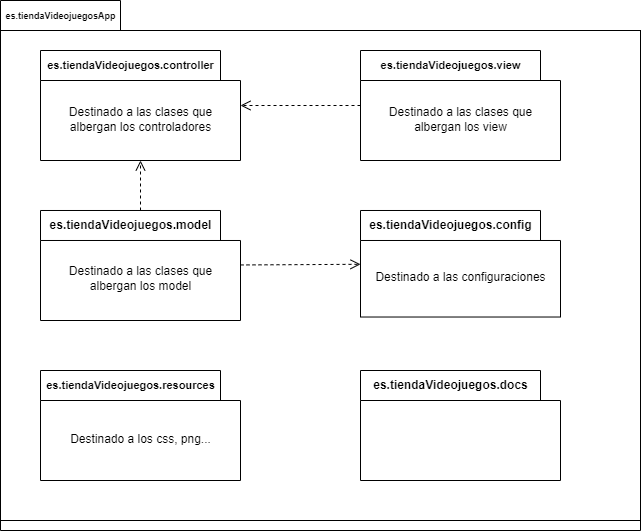
Before: docs/diseño/diagramas/Paquetes.drawio.png, a diagram exported from draw.io (nexphernandez/tienda-de-videojuegos). Source tidied: cells renumbered, new cells last; positions are measured from the earlier drawing's top-left corner, leaving out a move shared by most shapes.
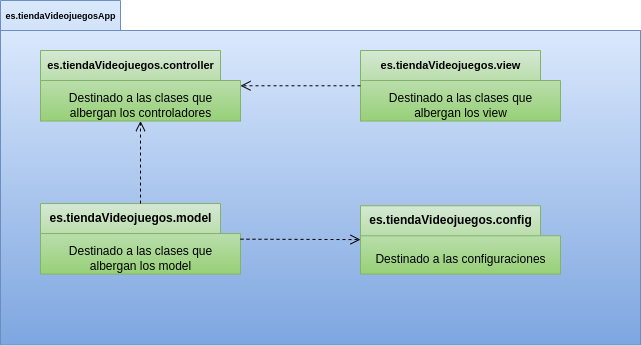
After the change.

Diff of the diagram source:
```diff
@@ -1,63 +1,47 @@
-<mxGraphModel>
+<mxGraphModel background="#ffffff">
   <root>
     <mxCell id="0" />
     <mxCell id="1" parent="0" />
-    <mxCell id="2" value="&lt;font style=&quot;font-size: 9px;&quot;&gt;es.tiendaVideojuegosApp&lt;/font&gt;" style="shape=folder;fontStyle=1;tabWidth=120;tabHeight=30;tabPosition=left;html=1;boundedLbl=1;labelInHeader=1;" parent="1" vertex="1">
-      <mxGeometry width="640" height="530" as="geometry" />
+    <mxCell id="2" value="&lt;font style=&quot;font-size: 9px;&quot;&gt;es.tiendaVideojuegosApp&lt;/font&gt;" style="shape=folder;fontStyle=1;tabWidth=120;tabHeight=30;tabPosition=left;html=1;boundedLbl=1;labelInHeader=1;fillColor=#dae8fc;gradientColor=#7ea6e0;strokeColor=#6c8ebf;" parent="1" vertex="1">
+      <mxGeometry width="640" height="340" as="geometry" />
     </mxCell>
-    <mxCell id="3" style="html=1;" parent="2" vertex="1">
-      <mxGeometry width="640" height="490" relative="1" as="geometry">
+    <mxCell id="3" style="html=1;fillColor=#dae8fc;gradientColor=#7ea6e0;strokeColor=#6c8ebf;" parent="2" vertex="1">
+      <mxGeometry width="640" height="314.34" relative="1" as="geometry">
         <mxPoint y="30" as="offset" />
       </mxGeometry>
     </mxCell>
-    <mxCell id="4" value="&lt;font style=&quot;font-size: 11px;&quot;&gt;es.tiendaVideojuegos.controller&lt;/font&gt;" style="shape=folder;fontStyle=1;tabWidth=180;tabHeight=30;tabPosition=left;html=1;boundedLbl=1;labelInHeader=1;" parent="2" vertex="1">
-      <mxGeometry x="40" y="50" width="200" height="110" as="geometry" />
+    <mxCell id="4" value="&lt;font style=&quot;font-size: 11px;&quot;&gt;es.tiendaVideojuegos.controller&lt;/font&gt;" style="shape=folder;fontStyle=1;tabWidth=180;tabHeight=30;tabPosition=left;html=1;boundedLbl=1;labelInHeader=1;fillColor=#d5e8d4;gradientColor=#97d077;strokeColor=#82b366;" parent="2" vertex="1">
+      <mxGeometry x="40" y="50" width="200" height="70.6" as="geometry" />
     </mxCell>
     <mxCell id="5" value="Destinado a las clases que &lt;br&gt;albergan los controladores" style="html=1;strokeColor=none;fillColor=none;" parent="4" vertex="1">
-      <mxGeometry width="200" height="77" relative="1" as="geometry">
+      <mxGeometry width="200" height="49.4" relative="1" as="geometry">
         <mxPoint y="30" as="offset" />
       </mxGeometry>
     </mxCell>
-    <mxCell id="6" value="&lt;font style=&quot;font-size: 11px;&quot;&gt;es.tiendaVideojuegos.view&lt;/font&gt;" style="shape=folder;fontStyle=1;tabWidth=180;tabHeight=30;tabPosition=left;html=1;boundedLbl=1;labelInHeader=1;" parent="2" vertex="1">
-      <mxGeometry x="360" y="50" width="200" height="110" as="geometry" />
+    <mxCell id="6" value="&lt;font style=&quot;font-size: 11px;&quot;&gt;es.tiendaVideojuegos.view&lt;/font&gt;" style="shape=folder;fontStyle=1;tabWidth=180;tabHeight=30;tabPosition=left;html=1;boundedLbl=1;labelInHeader=1;fillColor=#d5e8d4;gradientColor=#97d077;strokeColor=#82b366;" parent="2" vertex="1">
+      <mxGeometry x="360" y="50" width="200" height="70.6" as="geometry" />
     </mxCell>
     <mxCell id="7" value="Destinado a las clases que&lt;br&gt;albergan los view" style="html=1;strokeColor=none;fillColor=none;" parent="6" vertex="1">
-      <mxGeometry width="200" height="77" relative="1" as="geometry">
+      <mxGeometry width="200" height="49.4" relative="1" as="geometry">
         <mxPoint y="30" as="offset" />
       </mxGeometry>
     </mxCell>
-    <mxCell id="8" value="&lt;font style=&quot;font-size: 12px;&quot;&gt;es.tiendaVideojuegos.model&lt;/font&gt;" style="shape=folder;fontStyle=1;tabWidth=180;tabHeight=30;tabPosition=left;html=1;boundedLbl=1;labelInHeader=1;" parent="2" vertex="1">
-      <mxGeometry x="40" y="210" width="200" height="110" as="geometry" />
+    <mxCell id="8" value="&lt;font style=&quot;font-size: 12px;&quot;&gt;es.tiendaVideojuegos.model&lt;/font&gt;" style="shape=folder;fontStyle=1;tabWidth=180;tabHeight=30;tabPosition=left;html=1;boundedLbl=1;labelInHeader=1;fillColor=#d5e8d4;gradientColor=#97d077;strokeColor=#82b366;" parent="2" vertex="1">
+      <mxGeometry x="40" y="203.1" width="200" height="70.6" as="geometry" />
     </mxCell>
     <mxCell id="9" value="Destinado a las clases que&lt;br&gt;albergan los model" style="html=1;strokeColor=none;fillColor=none;" parent="8" vertex="1">
-      <mxGeometry width="200" height="77.01" relative="1" as="geometry">
+      <mxGeometry width="200" height="49.4" relative="1" as="geometry">
         <mxPoint y="30" as="offset" />
       </mxGeometry>
     </mxCell>
-    <mxCell id="10" value="&lt;font style=&quot;font-size: 12px;&quot;&gt;es.tiendaVideojuegos.config&lt;/font&gt;" style="shape=folder;fontStyle=1;tabWidth=180;tabHeight=30;tabPosition=left;html=1;boundedLbl=1;labelInHeader=1;" parent="2" vertex="1">
-      <mxGeometry x="360" y="210" width="200" height="106.5" as="geometry" />
+    <mxCell id="10" value="&lt;font style=&quot;font-size: 12px;&quot;&gt;es.tiendaVideojuegos.config&lt;/font&gt;" style="shape=folder;fontStyle=1;tabWidth=180;tabHeight=30;tabPosition=left;html=1;boundedLbl=1;labelInHeader=1;fillColor=#d5e8d4;gradientColor=#97d077;strokeColor=#82b366;" parent="2" vertex="1">
+      <mxGeometry x="360" y="205.3" width="200" height="68.3" as="geometry" />
     </mxCell>
     <mxCell id="11" value="Destinado a las configuraciones" style="html=1;strokeColor=none;fillColor=none;" parent="10" vertex="1">
-      <mxGeometry width="200" height="74.57" relative="1" as="geometry">
+      <mxGeometry width="200" height="47.84" relative="1" as="geometry">
         <mxPoint y="30" as="offset" />
       </mxGeometry>
     </mxCell>
-    <mxCell id="12" value="&lt;font style=&quot;font-size: 11px;&quot;&gt;es.tiendaVideojuegos.resources&lt;/font&gt;" style="shape=folder;fontStyle=1;tabWidth=180;tabHeight=30;tabPosition=left;html=1;boundedLbl=1;labelInHeader=1;" parent="2" vertex="1">
-      <mxGeometry x="40" y="370" width="200" height="110" as="geometry" />
-    </mxCell>
-    <mxCell id="13" value="Destinado a los css, png..." style="html=1;strokeColor=none;fillColor=none;" parent="12" vertex="1">
-      <mxGeometry width="200" height="77" relative="1" as="geometry">
-        <mxPoint y="30" as="offset" />
-      </mxGeometry>
-    </mxCell>
-    <mxCell id="14" value="&lt;font style=&quot;font-size: 12px;&quot;&gt;es.tiendaVideojuegos.docs&lt;/font&gt;" style="shape=folder;fontStyle=1;tabWidth=180;tabHeight=30;tabPosition=left;html=1;boundedLbl=1;labelInHeader=1;" parent="2" vertex="1">
-      <mxGeometry x="360" y="370" width="200" height="110" as="geometry" />
-    </mxCell>
-    <mxCell id="15" style="html=1;strokeColor=none;fillColor=none;" parent="14" vertex="1">
-      <mxGeometry width="200" height="77" relative="1" as="geometry">
-        <mxPoint y="30" as="offset" />
-      </mxGeometry>
-    </mxCell>
     <mxCell id="16" style="endArrow=open;startArrow=none;endFill=0;startFill=0;endSize=8;html=1;verticalAlign=bottom;dashed=1;labelBackgroundColor=none;" parent="2" edge="1" source="6" target="4">
       <mxGeometry relative="1" as="geometry" />
     </mxCell>
```
